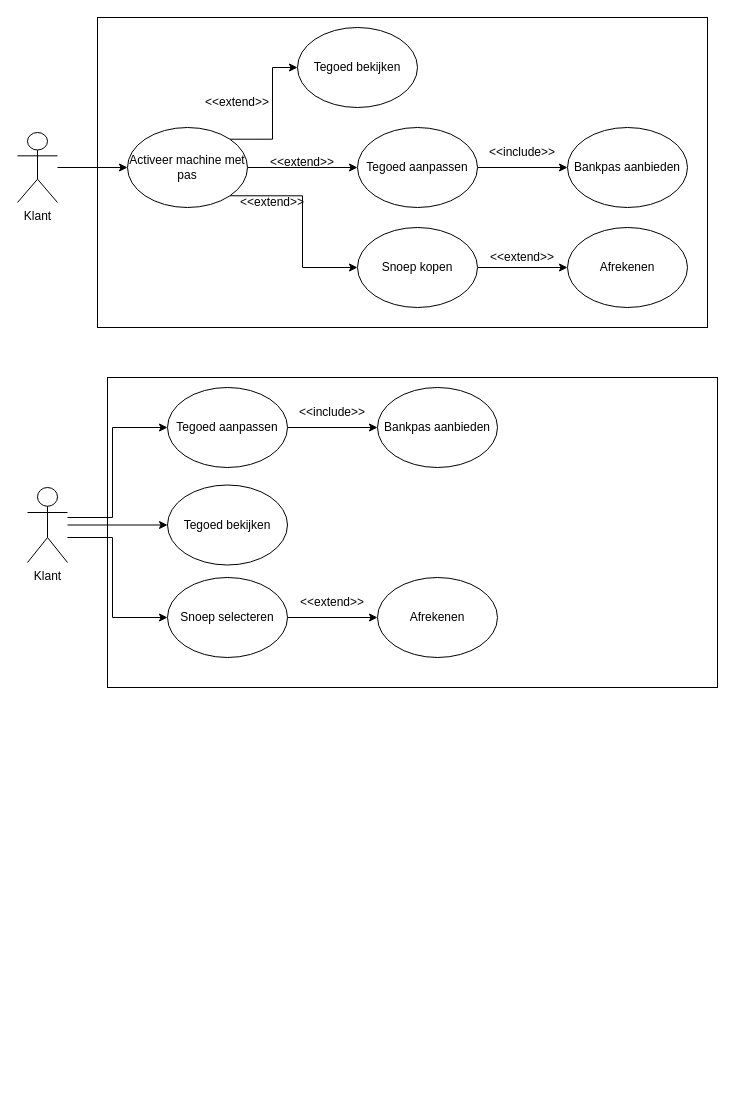
EMB20/Procesanalyse keeps this draw.io diagram as Procesanalyse.drawio. Above is the earlier version. Source tidied: cells renumbered, new cells numbered last; positions are measured from the earlier drawing's top-left corner, leaving out a move shared by most shapes. Both pictures are drawn from the tidied source at 100%, with x=0, y=0 at pixel (17, 17).
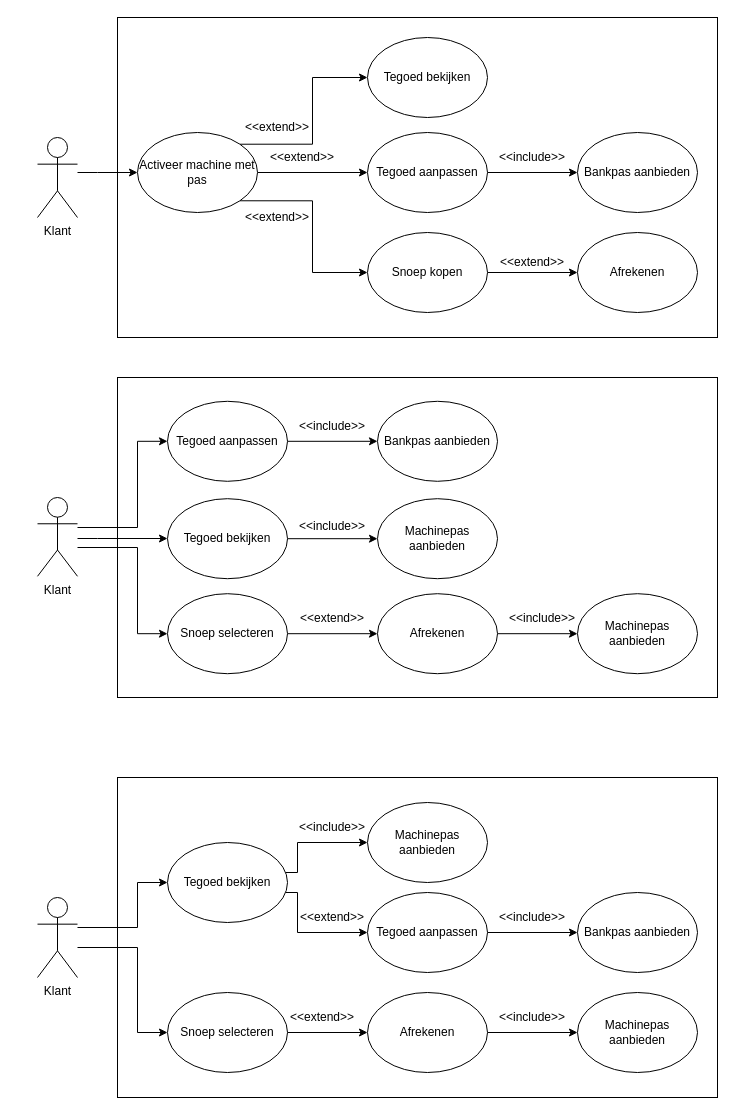
After the change.

Change to the diagram source:
```diff
@@
     <mxCell id="2" value="&lt;div&gt;&lt;br&gt;&lt;/div&gt;&lt;div&gt;&lt;br&gt;&lt;/div&gt;&lt;div&gt;&lt;br&gt;&lt;/div&gt;" style="rounded=0;whiteSpace=wrap;html=1;" parent="1" vertex="1">
-      <mxGeometry x="80" width="610" height="310" as="geometry" />
+      <mxGeometry x="100" width="600" height="320" as="geometry" />
     </mxCell>
     <mxCell id="3" style="edgeStyle=orthogonalEdgeStyle;rounded=0;jettySize=auto;html=1;entryX=0;entryY=0.5;entryDx=0;entryDy=0;" parent="1" edge="1" source="4" target="10">
-      <mxGeometry relative="1" as="geometry" />
+      <mxGeometry relative="1" as="geometry">
+        <Array as="points">
+          <mxPoint x="80" y="155" />
+          <mxPoint x="80" y="155" />
+        </Array>
+      </mxGeometry>
     </mxCell>
     <mxCell id="4" value="Klant" style="shape=umlActor;verticalLabelPosition=bottom;verticalAlign=top;html=1;outlineConnect=0;" parent="1" vertex="1">
-      <mxGeometry y="115" width="40" height="70" as="geometry" />
+      <mxGeometry x="20" y="120" width="40" height="80" as="geometry" />
     </mxCell>
@@
     <mxCell id="6" value="Tegoed aanpassen" style="ellipse;whiteSpace=wrap;html=1;" parent="1" vertex="1">
-      <mxGeometry x="340" y="110" width="120" height="80" as="geometry" />
+      <mxGeometry x="350" y="115" width="120" height="80" as="geometry" />
     </mxCell>
@@
     <mxCell id="10" value="Activeer machine met pas" style="ellipse;whiteSpace=wrap;html=1;" parent="1" vertex="1">
-      <mxGeometry x="110" y="110" width="120" height="80" as="geometry" />
+      <mxGeometry x="120" y="115" width="120" height="80" as="geometry" />
     </mxCell>
     <mxCell id="11" value="Afrekenen" style="ellipse;whiteSpace=wrap;html=1;" parent="1" vertex="1">
-      <mxGeometry x="550" y="210" width="120" height="80" as="geometry" />
+      <mxGeometry x="560" y="215" width="120" height="80" as="geometry" />
     </mxCell>
     <mxCell id="12" value="Bankpas aanbieden" style="ellipse;whiteSpace=wrap;html=1;" parent="1" vertex="1">
-      <mxGeometry x="550" y="110" width="120" height="80" as="geometry" />
+      <mxGeometry x="560" y="115" width="120" height="80" as="geometry" />
     </mxCell>
@@
     <mxCell id="14" value="Snoep kopen" style="ellipse;whiteSpace=wrap;html=1;" parent="1" vertex="1">
-      <mxGeometry x="340" y="210" width="120" height="80" as="geometry" />
+      <mxGeometry x="350" y="215" width="120" height="80" as="geometry" />
     </mxCell>
     <mxCell id="15" value="&amp;lt;&amp;lt;extend&amp;gt;&amp;gt;" style="text;html=1;align=center;verticalAlign=middle;whiteSpace=wrap;rounded=0;" parent="1" vertex="1">
-      <mxGeometry x="190" y="70" width="60" height="30" as="geometry" />
+      <mxGeometry x="230" y="95" width="60" height="30" as="geometry" />
     </mxCell>
     <mxCell id="16" value="Tegoed bekijken" style="ellipse;whiteSpace=wrap;html=1;" parent="1" vertex="1">
-      <mxGeometry x="280" y="10" width="120" height="80" as="geometry" />
+      <mxGeometry x="350" y="20" width="120" height="80" as="geometry" />
     </mxCell>
     <mxCell id="17" value="&amp;lt;&amp;lt;extend&amp;gt;&amp;gt;" style="text;html=1;align=center;verticalAlign=middle;whiteSpace=wrap;rounded=0;" parent="1" vertex="1">
-      <mxGeometry x="260" y="130" width="50" height="30" as="geometry" />
+      <mxGeometry x="260" y="125" width="50" height="30" as="geometry" />
     </mxCell>
     <mxCell id="18" value="&amp;lt;&amp;lt;extend&amp;gt;&amp;gt;" style="text;html=1;align=center;verticalAlign=middle;whiteSpace=wrap;rounded=0;" parent="1" vertex="1">
-      <mxGeometry x="230" y="170" width="50" height="30" as="geometry" />
+      <mxGeometry x="235" y="185" width="50" height="30" as="geometry" />
     </mxCell>
     <mxCell id="19" value="&amp;lt;&amp;lt;extend&amp;gt;&amp;gt;" style="text;html=1;align=center;verticalAlign=middle;whiteSpace=wrap;rounded=0;" parent="1" vertex="1">
-      <mxGeometry x="480" y="225" width="50" height="30" as="geometry" />
+      <mxGeometry x="490" y="230" width="50" height="30" as="geometry" />
     </mxCell>
     <mxCell id="20" value="&amp;lt;&amp;lt;include&amp;gt;&amp;gt;" style="text;html=1;align=center;verticalAlign=middle;whiteSpace=wrap;rounded=0;" parent="1" vertex="1">
-      <mxGeometry x="480" y="120" width="50" height="30" as="geometry" />
+      <mxGeometry x="490" y="125" width="50" height="30" as="geometry" />
     </mxCell>
     <mxCell id="21" value="&lt;div&gt;&lt;br&gt;&lt;/div&gt;&lt;div&gt;&lt;br&gt;&lt;/div&gt;&lt;div&gt;&lt;br&gt;&lt;/div&gt;" style="rounded=0;whiteSpace=wrap;html=1;" parent="1" vertex="1">
-      <mxGeometry x="90" y="360" width="610" height="310" as="geometry" />
+      <mxGeometry x="100" y="360" width="600" height="320" as="geometry" />
     </mxCell>
-    <mxCell id="22" style="edgeStyle=orthogonalEdgeStyle;rounded=0;jettySize=auto;html=1;entryX=0;entryY=0.5;entryDx=0;entryDy=0;" parent="1" edge="1" source="25" target="31">
-      <mxGeometry relative="1" as="geometry">
-        <Array as="points">
-          <mxPoint x="95" y="520" />
-          <mxPoint x="95" y="600" />
-        </Array>
-      </mxGeometry>
-    </mxCell>
     <mxCell id="23" style="edgeStyle=orthogonalEdgeStyle;rounded=0;jettySize=auto;html=1;" parent="1" edge="1" source="25" target="32">
-      <mxGeometry relative="1" as="geometry" />
+      <mxGeometry relative="1" as="geometry">
+        <Array as="points">
+          <mxPoint x="80" y="521" />
+          <mxPoint x="80" y="521" />
+        </Array>
+      </mxGeometry>
     </mxCell>
     <mxCell id="24" style="edgeStyle=orthogonalEdgeStyle;rounded=0;jettySize=auto;html=1;entryX=0;entryY=0.5;entryDx=0;entryDy=0;" parent="1" edge="1" source="25" target="27">
       <mxGeometry relative="1" as="geometry">
         <Array as="points">
-          <mxPoint x="95" y="500" />
-          <mxPoint x="95" y="410" />
+          <mxPoint x="120" y="510" />
+          <mxPoint x="120" y="424" />
         </Array>
       </mxGeometry>
     </mxCell>
+    <mxCell id="22" style="edgeStyle=orthogonalEdgeStyle;rounded=0;jettySize=auto;html=1;entryX=0;entryY=0.5;entryDx=0;entryDy=0;" parent="1" edge="1" source="25" target="31">
+      <mxGeometry relative="1" as="geometry">
+        <Array as="points">
+          <mxPoint x="120" y="530" />
+          <mxPoint x="120" y="616" />
+        </Array>
+      </mxGeometry>
+    </mxCell>
     <mxCell id="25" value="Klant" style="shape=umlActor;verticalLabelPosition=bottom;verticalAlign=top;html=1;outlineConnect=0;" parent="1" vertex="1">
-      <mxGeometry x="10" y="470" width="40" height="75" as="geometry" />
+      <mxGeometry x="20" y="480" width="40" height="78.8" as="geometry" />
     </mxCell>
@@
     <mxCell id="27" value="Tegoed aanpassen" style="ellipse;whiteSpace=wrap;html=1;" parent="1" vertex="1">
-      <mxGeometry x="150" y="370" width="120" height="80" as="geometry" />
+      <mxGeometry x="150" y="383.8" width="120" height="80" as="geometry" />
     </mxCell>
+    <mxCell id="35" style="edgeStyle=orthogonalEdgeStyle;rounded=0;jettySize=auto;html=1;" parent="1" edge="1" source="28" target="37">
+      <mxGeometry relative="1" as="geometry" />
+    </mxCell>
     <mxCell id="28" value="Afrekenen" style="ellipse;whiteSpace=wrap;html=1;" parent="1" vertex="1">
-      <mxGeometry x="360" y="560" width="120" height="80" as="geometry" />
+      <mxGeometry x="360" y="576.2" width="120" height="80" as="geometry" />
     </mxCell>
     <mxCell id="29" value="Bankpas aanbieden" style="ellipse;whiteSpace=wrap;html=1;" parent="1" vertex="1">
-      <mxGeometry x="360" y="370" width="120" height="80" as="geometry" />
+      <mxGeometry x="360" y="383.8" width="120" height="80" as="geometry" />
     </mxCell>
@@
     <mxCell id="31" value="Snoep selecteren" style="ellipse;whiteSpace=wrap;html=1;" parent="1" vertex="1">
-      <mxGeometry x="150" y="560" width="120" height="80" as="geometry" />
+      <mxGeometry x="150" y="576.2" width="120" height="80" as="geometry" />
     </mxCell>
+    <mxCell id="36" style="edgeStyle=orthogonalEdgeStyle;rounded=0;jettySize=auto;html=1;" parent="1" edge="1" source="32" target="39">
+      <mxGeometry relative="1" as="geometry" />
+    </mxCell>
     <mxCell id="32" value="Tegoed bekijken" style="ellipse;whiteSpace=wrap;html=1;" parent="1" vertex="1">
-      <mxGeometry x="150" y="467.5" width="120" height="80" as="geometry" />
+      <mxGeometry x="150" y="481.2" width="120" height="80" as="geometry" />
     </mxCell>
     <mxCell id="33" value="&amp;lt;&amp;lt;extend&amp;gt;&amp;gt;" style="text;html=1;align=center;verticalAlign=middle;whiteSpace=wrap;rounded=0;" parent="1" vertex="1">
-      <mxGeometry x="290" y="570" width="50" height="30" as="geometry" />
+      <mxGeometry x="290" y="586.2" width="50" height="30" as="geometry" />
     </mxCell>
     <mxCell id="34" value="&amp;lt;&amp;lt;include&amp;gt;&amp;gt;" style="text;html=1;align=center;verticalAlign=middle;whiteSpace=wrap;rounded=0;" parent="1" vertex="1">
-      <mxGeometry x="290" y="380" width="50" height="30" as="geometry" />
+      <mxGeometry x="290" y="393.8" width="50" height="30" as="geometry" />
     </mxCell>
+    <mxCell id="37" value="Machinepas aanbieden" style="ellipse;whiteSpace=wrap;html=1;" parent="1" vertex="1">
+      <mxGeometry x="560" y="576.2" width="120" height="80" as="geometry" />
+    </mxCell>
+    <mxCell id="38" value="&amp;lt;&amp;lt;include&amp;gt;&amp;gt;" style="text;html=1;align=center;verticalAlign=middle;whiteSpace=wrap;rounded=0;" parent="1" vertex="1">
+      <mxGeometry x="500" y="586.2" width="50" height="30" as="geometry" />
+    </mxCell>
+    <mxCell id="39" value="Machinepas aanbieden" style="ellipse;whiteSpace=wrap;html=1;" parent="1" vertex="1">
+      <mxGeometry x="360" y="481.2" width="120" height="80" as="geometry" />
+    </mxCell>
+    <mxCell id="40" value="&amp;lt;&amp;lt;include&amp;gt;&amp;gt;" style="text;html=1;align=center;verticalAlign=middle;whiteSpace=wrap;rounded=0;" parent="1" vertex="1">
+      <mxGeometry x="290" y="493.8" width="50" height="30" as="geometry" />
+    </mxCell>
+    <mxCell id="41" value="&lt;div&gt;&lt;br&gt;&lt;/div&gt;&lt;div&gt;&lt;br&gt;&lt;/div&gt;&lt;div&gt;&lt;br&gt;&lt;/div&gt;" style="rounded=0;whiteSpace=wrap;html=1;" parent="1" vertex="1">
+      <mxGeometry x="100" y="760" width="600" height="320" as="geometry" />
+    </mxCell>
+    <mxCell id="42" style="edgeStyle=orthogonalEdgeStyle;rounded=0;jettySize=auto;html=1;entryX=0;entryY=0.5;entryDx=0;entryDy=0;" parent="1" edge="1" source="44" target="54">
+      <mxGeometry relative="1" as="geometry">
+        <Array as="points">
+          <mxPoint x="120" y="910" />
+          <mxPoint x="120" y="865" />
+        </Array>
+      </mxGeometry>
+    </mxCell>
+    <mxCell id="43" style="edgeStyle=orthogonalEdgeStyle;rounded=0;jettySize=auto;html=1;entryX=0;entryY=0.5;entryDx=0;entryDy=0;" parent="1" edge="1" source="44" target="51">
+      <mxGeometry relative="1" as="geometry">
+        <Array as="points">
+          <mxPoint x="120" y="930" />
+          <mxPoint x="120" y="1015" />
+        </Array>
+      </mxGeometry>
+    </mxCell>
+    <mxCell id="44" value="Klant" style="shape=umlActor;verticalLabelPosition=bottom;verticalAlign=top;html=1;outlineConnect=0;" parent="1" vertex="1">
+      <mxGeometry x="20" y="880" width="40" height="80" as="geometry" />
+    </mxCell>
+    <mxCell id="45" style="edgeStyle=orthogonalEdgeStyle;rounded=0;jettySize=auto;html=1;" parent="1" edge="1" source="46" target="49">
+      <mxGeometry relative="1" as="geometry" />
+    </mxCell>
+    <mxCell id="46" value="Tegoed aanpassen" style="ellipse;whiteSpace=wrap;html=1;" parent="1" vertex="1">
+      <mxGeometry x="350" y="875" width="120" height="80" as="geometry" />
+    </mxCell>
+    <mxCell id="47" style="edgeStyle=orthogonalEdgeStyle;rounded=0;jettySize=auto;html=1;" parent="1" edge="1" source="48" target="56">
+      <mxGeometry relative="1" as="geometry" />
+    </mxCell>
+    <mxCell id="48" value="Afrekenen" style="ellipse;whiteSpace=wrap;html=1;" parent="1" vertex="1">
+      <mxGeometry x="350" y="975" width="120" height="80" as="geometry" />
+    </mxCell>
+    <mxCell id="49" value="Bankpas aanbieden" style="ellipse;whiteSpace=wrap;html=1;" parent="1" vertex="1">
+      <mxGeometry x="560" y="875" width="120" height="80" as="geometry" />
+    </mxCell>
+    <mxCell id="50" style="edgeStyle=orthogonalEdgeStyle;rounded=0;jettySize=auto;html=1;" parent="1" edge="1" source="51" target="48">
+      <mxGeometry relative="1" as="geometry" />
+    </mxCell>
+    <mxCell id="51" value="Snoep selecteren" style="ellipse;whiteSpace=wrap;html=1;" parent="1" vertex="1">
+      <mxGeometry x="150" y="975" width="120" height="80" as="geometry" />
+    </mxCell>
+    <mxCell id="52" style="edgeStyle=orthogonalEdgeStyle;rounded=0;jettySize=auto;html=1;entryX=0;entryY=0.5;entryDx=0;entryDy=0;" parent="1" edge="1" source="54" target="46">
+      <mxGeometry relative="1" as="geometry">
+        <Array as="points">
+          <mxPoint x="280" y="875" />
+          <mxPoint x="280" y="915" />
+        </Array>
+      </mxGeometry>
+    </mxCell>
+    <mxCell id="53" style="edgeStyle=orthogonalEdgeStyle;rounded=0;jettySize=auto;html=1;entryX=0;entryY=0.5;entryDx=0;entryDy=0;" parent="1" edge="1" source="54" target="58">
+      <mxGeometry relative="1" as="geometry">
+        <Array as="points">
+          <mxPoint x="280" y="855" />
+          <mxPoint x="280" y="825" />
+        </Array>
+      </mxGeometry>
+    </mxCell>
+    <mxCell id="54" value="Tegoed bekijken" style="ellipse;whiteSpace=wrap;html=1;" parent="1" vertex="1">
+      <mxGeometry x="150" y="825" width="120" height="80" as="geometry" />
+    </mxCell>
+    <mxCell id="55" value="&amp;lt;&amp;lt;extend&amp;gt;&amp;gt;" style="text;html=1;align=center;verticalAlign=middle;whiteSpace=wrap;rounded=0;" parent="1" vertex="1">
+      <mxGeometry x="280" y="985" width="50" height="30" as="geometry" />
+    </mxCell>
+    <mxCell id="56" value="Machinepas aanbieden" style="ellipse;whiteSpace=wrap;html=1;" parent="1" vertex="1">
+      <mxGeometry x="560" y="975" width="120" height="80" as="geometry" />
+    </mxCell>
+    <mxCell id="57" value="&amp;lt;&amp;lt;include&amp;gt;&amp;gt;" style="text;html=1;align=center;verticalAlign=middle;whiteSpace=wrap;rounded=0;" parent="1" vertex="1">
+      <mxGeometry x="490" y="985" width="50" height="30" as="geometry" />
+    </mxCell>
+    <mxCell id="58" value="Machinepas aanbieden" style="ellipse;whiteSpace=wrap;html=1;" parent="1" vertex="1">
+      <mxGeometry x="350" y="785" width="120" height="80" as="geometry" />
+    </mxCell>
+    <mxCell id="59" value="&amp;lt;&amp;lt;extend&amp;gt;&amp;gt;" style="text;html=1;align=center;verticalAlign=middle;whiteSpace=wrap;rounded=0;" parent="1" vertex="1">
+      <mxGeometry x="290" y="885" width="50" height="30" as="geometry" />
+    </mxCell>
+    <mxCell id="60" value="&amp;lt;&amp;lt;include&amp;gt;&amp;gt;" style="text;html=1;align=center;verticalAlign=middle;whiteSpace=wrap;rounded=0;" parent="1" vertex="1">
+      <mxGeometry x="490" y="885" width="50" height="30" as="geometry" />
+    </mxCell>
+    <mxCell id="61" value="&amp;lt;&amp;lt;include&amp;gt;&amp;gt;" style="text;html=1;align=center;verticalAlign=middle;whiteSpace=wrap;rounded=0;" parent="1" vertex="1">
+      <mxGeometry x="290" y="795" width="50" height="30" as="geometry" />
+    </mxCell>
```
